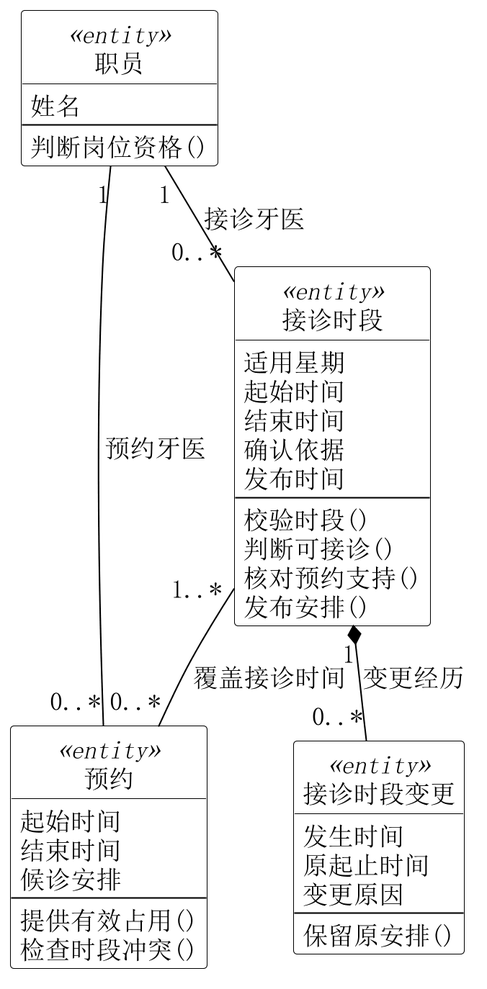
This is 01-需求文档/diagrams/12d-analysis-staffing-entities.png from Shawmc-creator/systemAnalyseAndDesign, a PlantUML export, as it was before one commit. The source it was exported from:
```plantuml
@startuml
skinparam backgroundColor white
skinparam shadowing false
skinparam defaultFontName SimSun
skinparam defaultFontSize 17
skinparam dpi 200
skinparam ArrowColor black
skinparam class {
 BackgroundColor white
 BorderColor black
 FontColor black
}
skinparam classAttributeIconSize 0
hide circle
top to bottom direction
skinparam nodesep 35
skinparam ranksep 45
class "职员" as S <<entity>> {
 姓名
 --
 判断岗位资格()
}
class "接诊时段" as T <<entity>> {
 适用星期
 起始时间
 结束时间
 确认依据
 发布时间
 --
 校验时段()
 判断可接诊()
 核对预约支持()
 发布安排()
}
class "预约" as A <<entity>> {
 起始时间
 结束时间
 候诊安排
 --
 提供有效占用()
 检查时段冲突()
}
S "1" -down- "0..*" T : 接诊牙医
S "1" -right- "0..*" A : 预约牙医
class "接诊时段变更" as H <<entity>> {
 发生时间
 原起止时间
 变更原因
 --
 保留原安排()
}
T "1" *-down- "0..*" H : 变更经历
T "1..*" -- "0..*" A : 覆盖接诊时间

@enduml
```
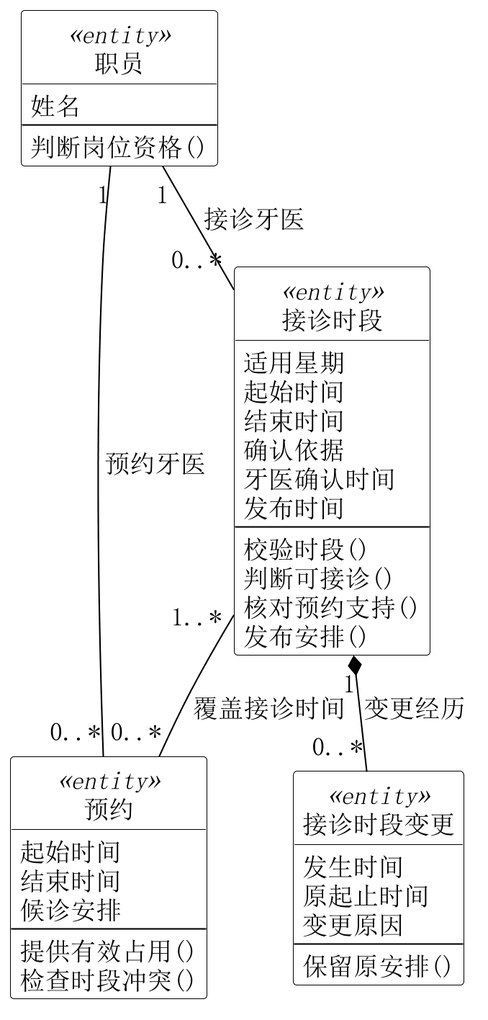
The same diagram one commit later.

Diff of the diagram source:
```diff
@@ -25,6 +25,7 @@
  起始时间
  结束时间
  确认依据
+ 牙医确认时间
  发布时间
  --
  校验时段()
```
